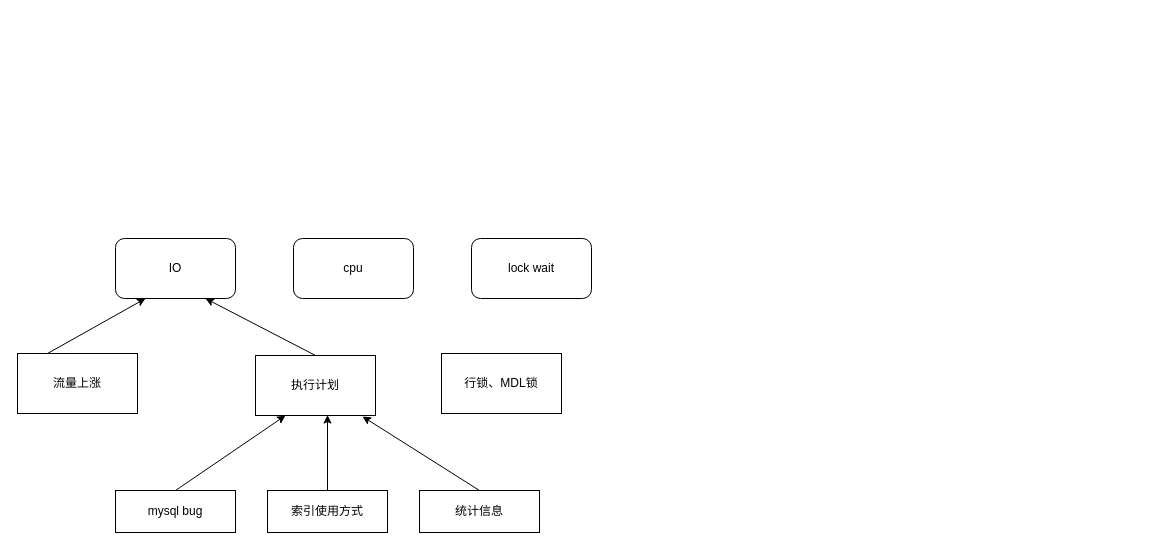
This is page "第 23 页" (23 of 23) of ksql.drawio from shangyu11/shang, a draw.io file, before an edit. Source tidied: cells renumbered, new cells numbered last; positions are measured from the earlier drawing's top-left corner, leaving out a move shared by most shapes. Both pictures are drawn from the tidied source at 100%, with x=0, y=0 at pixel (17, 238).
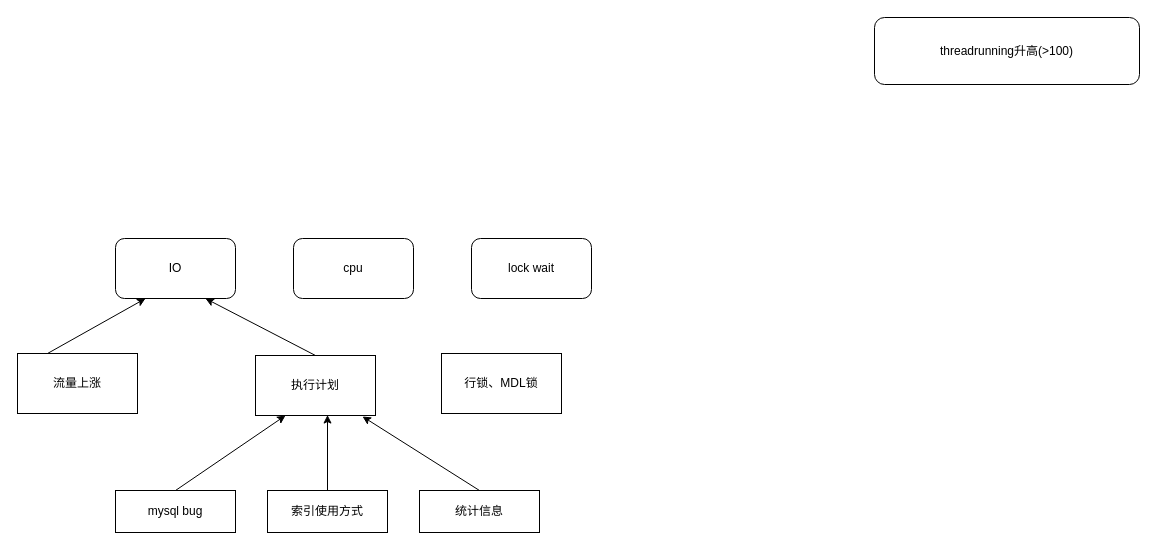
After the change.

Diff of the diagram source:
```diff
@@
 <mxGraphModel>
   <root>
     <mxCell id="0" />
     <mxCell id="1" parent="0" />
     <mxCell id="2" style="rounded=0;jettySize=auto;html=1;exitX=0.25;exitY=0;exitDx=0;exitDy=0;entryX=0.25;entryY=1;entryDx=0;entryDy=0;" parent="1" edge="1" source="3" target="7">
       <mxGeometry relative="1" as="geometry" />
     </mxCell>
     <mxCell id="3" value="流量上涨" style="rounded=0;whiteSpace=wrap;html=1;" parent="1" vertex="1">
       <mxGeometry y="115" width="120" height="60" as="geometry" />
     </mxCell>
     <mxCell id="4" style="rounded=0;jettySize=auto;html=1;exitX=0.5;exitY=0;exitDx=0;exitDy=0;entryX=0.75;entryY=1;entryDx=0;entryDy=0;" parent="1" edge="1" source="5" target="7">
       <mxGeometry relative="1" as="geometry" />
     </mxCell>
     <mxCell id="5" value="执行计划" style="rounded=0;whiteSpace=wrap;html=1;" parent="1" vertex="1">
       <mxGeometry x="238" y="117" width="120" height="60" as="geometry" />
     </mxCell>
     <mxCell id="6" value="行锁、MDL锁" style="rounded=0;whiteSpace=wrap;html=1;" parent="1" vertex="1">
       <mxGeometry x="424" y="115" width="120" height="60" as="geometry" />
     </mxCell>
     <mxCell id="7" value="IO" style="rounded=1;whiteSpace=wrap;html=1;" parent="1" vertex="1">
       <mxGeometry x="98" width="120" height="60" as="geometry" />
     </mxCell>
     <mxCell id="8" value="cpu" style="rounded=1;whiteSpace=wrap;html=1;" parent="1" vertex="1">
       <mxGeometry x="276" width="120" height="60" as="geometry" />
     </mxCell>
     <mxCell id="9" value="lock wait" style="rounded=1;whiteSpace=wrap;html=1;" parent="1" vertex="1">
       <mxGeometry x="454" width="120" height="60" as="geometry" />
     </mxCell>
     <mxCell id="10" style="rounded=0;jettySize=auto;html=1;exitX=0.5;exitY=0;exitDx=0;exitDy=0;entryX=0.25;entryY=1;entryDx=0;entryDy=0;" parent="1" edge="1" source="11" target="5">
       <mxGeometry relative="1" as="geometry" />
     </mxCell>
     <mxCell id="11" value="mysql bug" style="rounded=0;whiteSpace=wrap;html=1;" parent="1" vertex="1">
       <mxGeometry x="98" y="252" width="120" height="42" as="geometry" />
     </mxCell>
     <mxCell id="12" value="索引使用方式" style="rounded=0;whiteSpace=wrap;html=1;" parent="1" vertex="1">
       <mxGeometry x="250" y="252" width="120" height="42" as="geometry" />
     </mxCell>
     <mxCell id="13" value="统计信息" style="rounded=0;whiteSpace=wrap;html=1;" parent="1" vertex="1">
       <mxGeometry x="402" y="252" width="120" height="42" as="geometry" />
     </mxCell>
     <mxCell id="14" style="edgeStyle=orthogonalEdgeStyle;rounded=0;jettySize=auto;html=1;exitX=0.5;exitY=0;exitDx=0;exitDy=0;entryX=0.6;entryY=0.992;entryDx=0;entryDy=0;entryPerimeter=0;" parent="1" edge="1" source="12" target="5">
       <mxGeometry relative="1" as="geometry" />
     </mxCell>
     <mxCell id="15" style="rounded=0;jettySize=auto;html=1;exitX=0.5;exitY=0;exitDx=0;exitDy=0;" parent="1" edge="1" source="13">
       <mxGeometry relative="1" as="geometry">
         <mxPoint x="345" y="178" as="targetPoint" />
       </mxGeometry>
     </mxCell>
+    <mxCell id="16" value="threadrunning升高(&amp;gt;100)" style="rounded=1;whiteSpace=wrap;html=1;" parent="1" vertex="1">
+      <mxGeometry x="857" y="-221" width="265" height="67" as="geometry" />
+    </mxCell>
   </root>
 </mxGraphModel>
```
